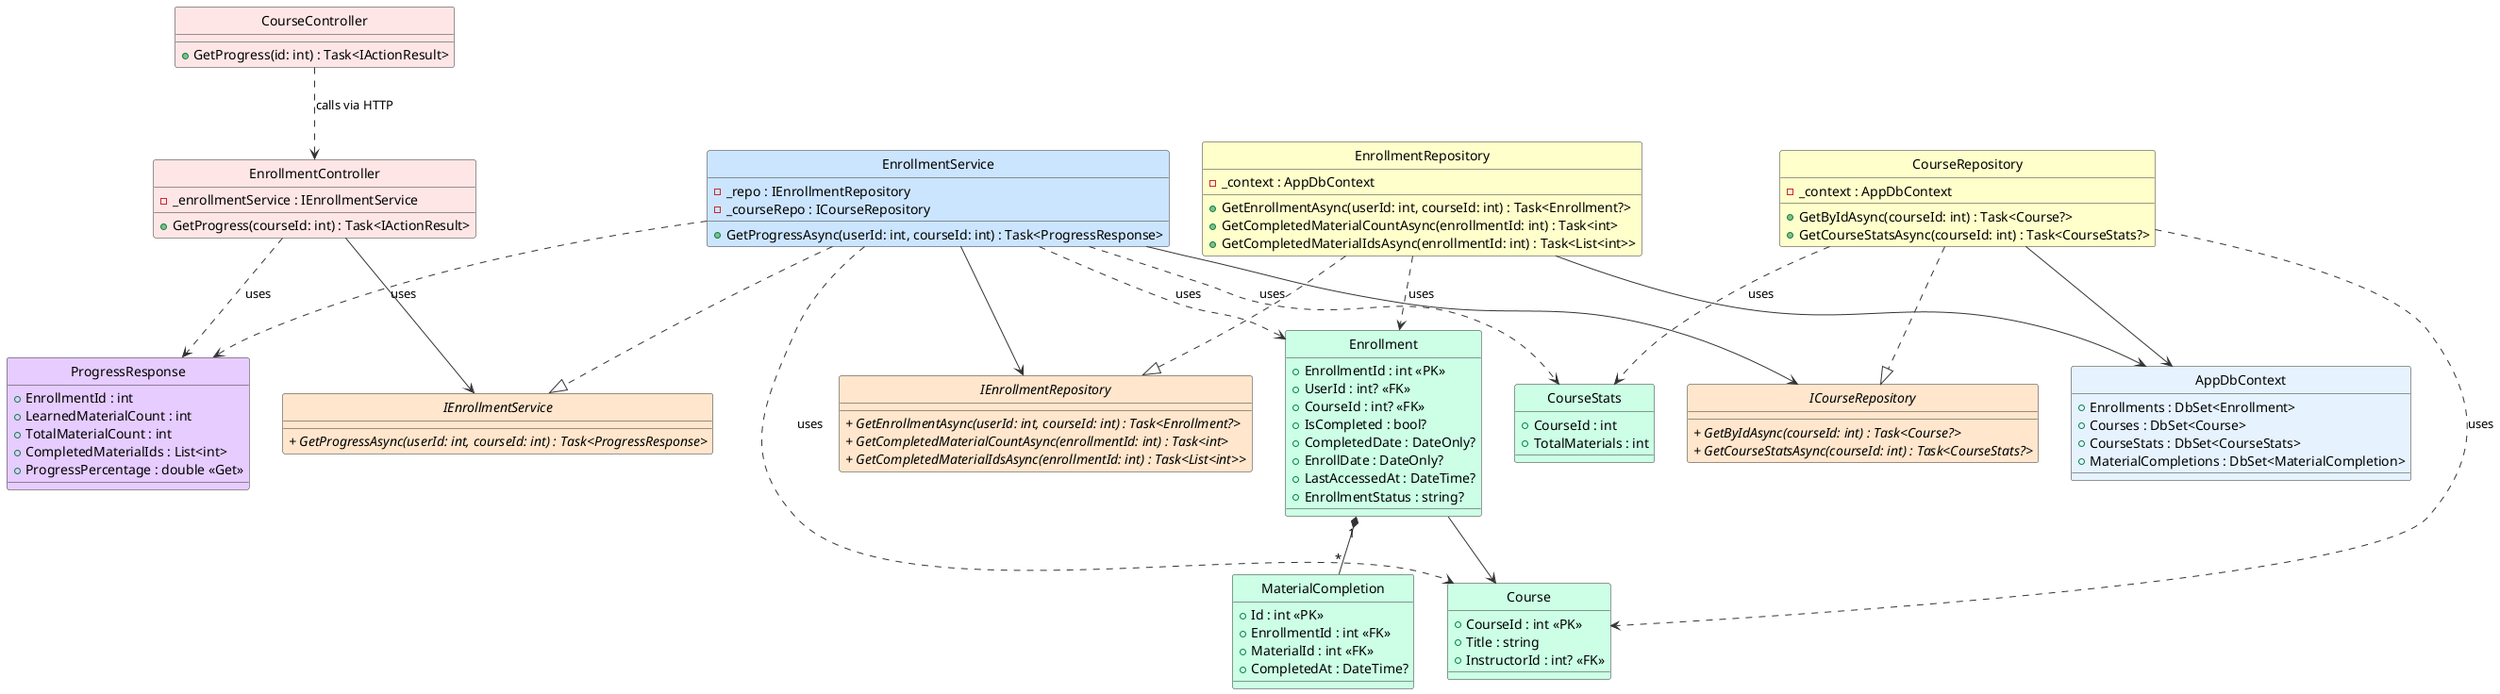
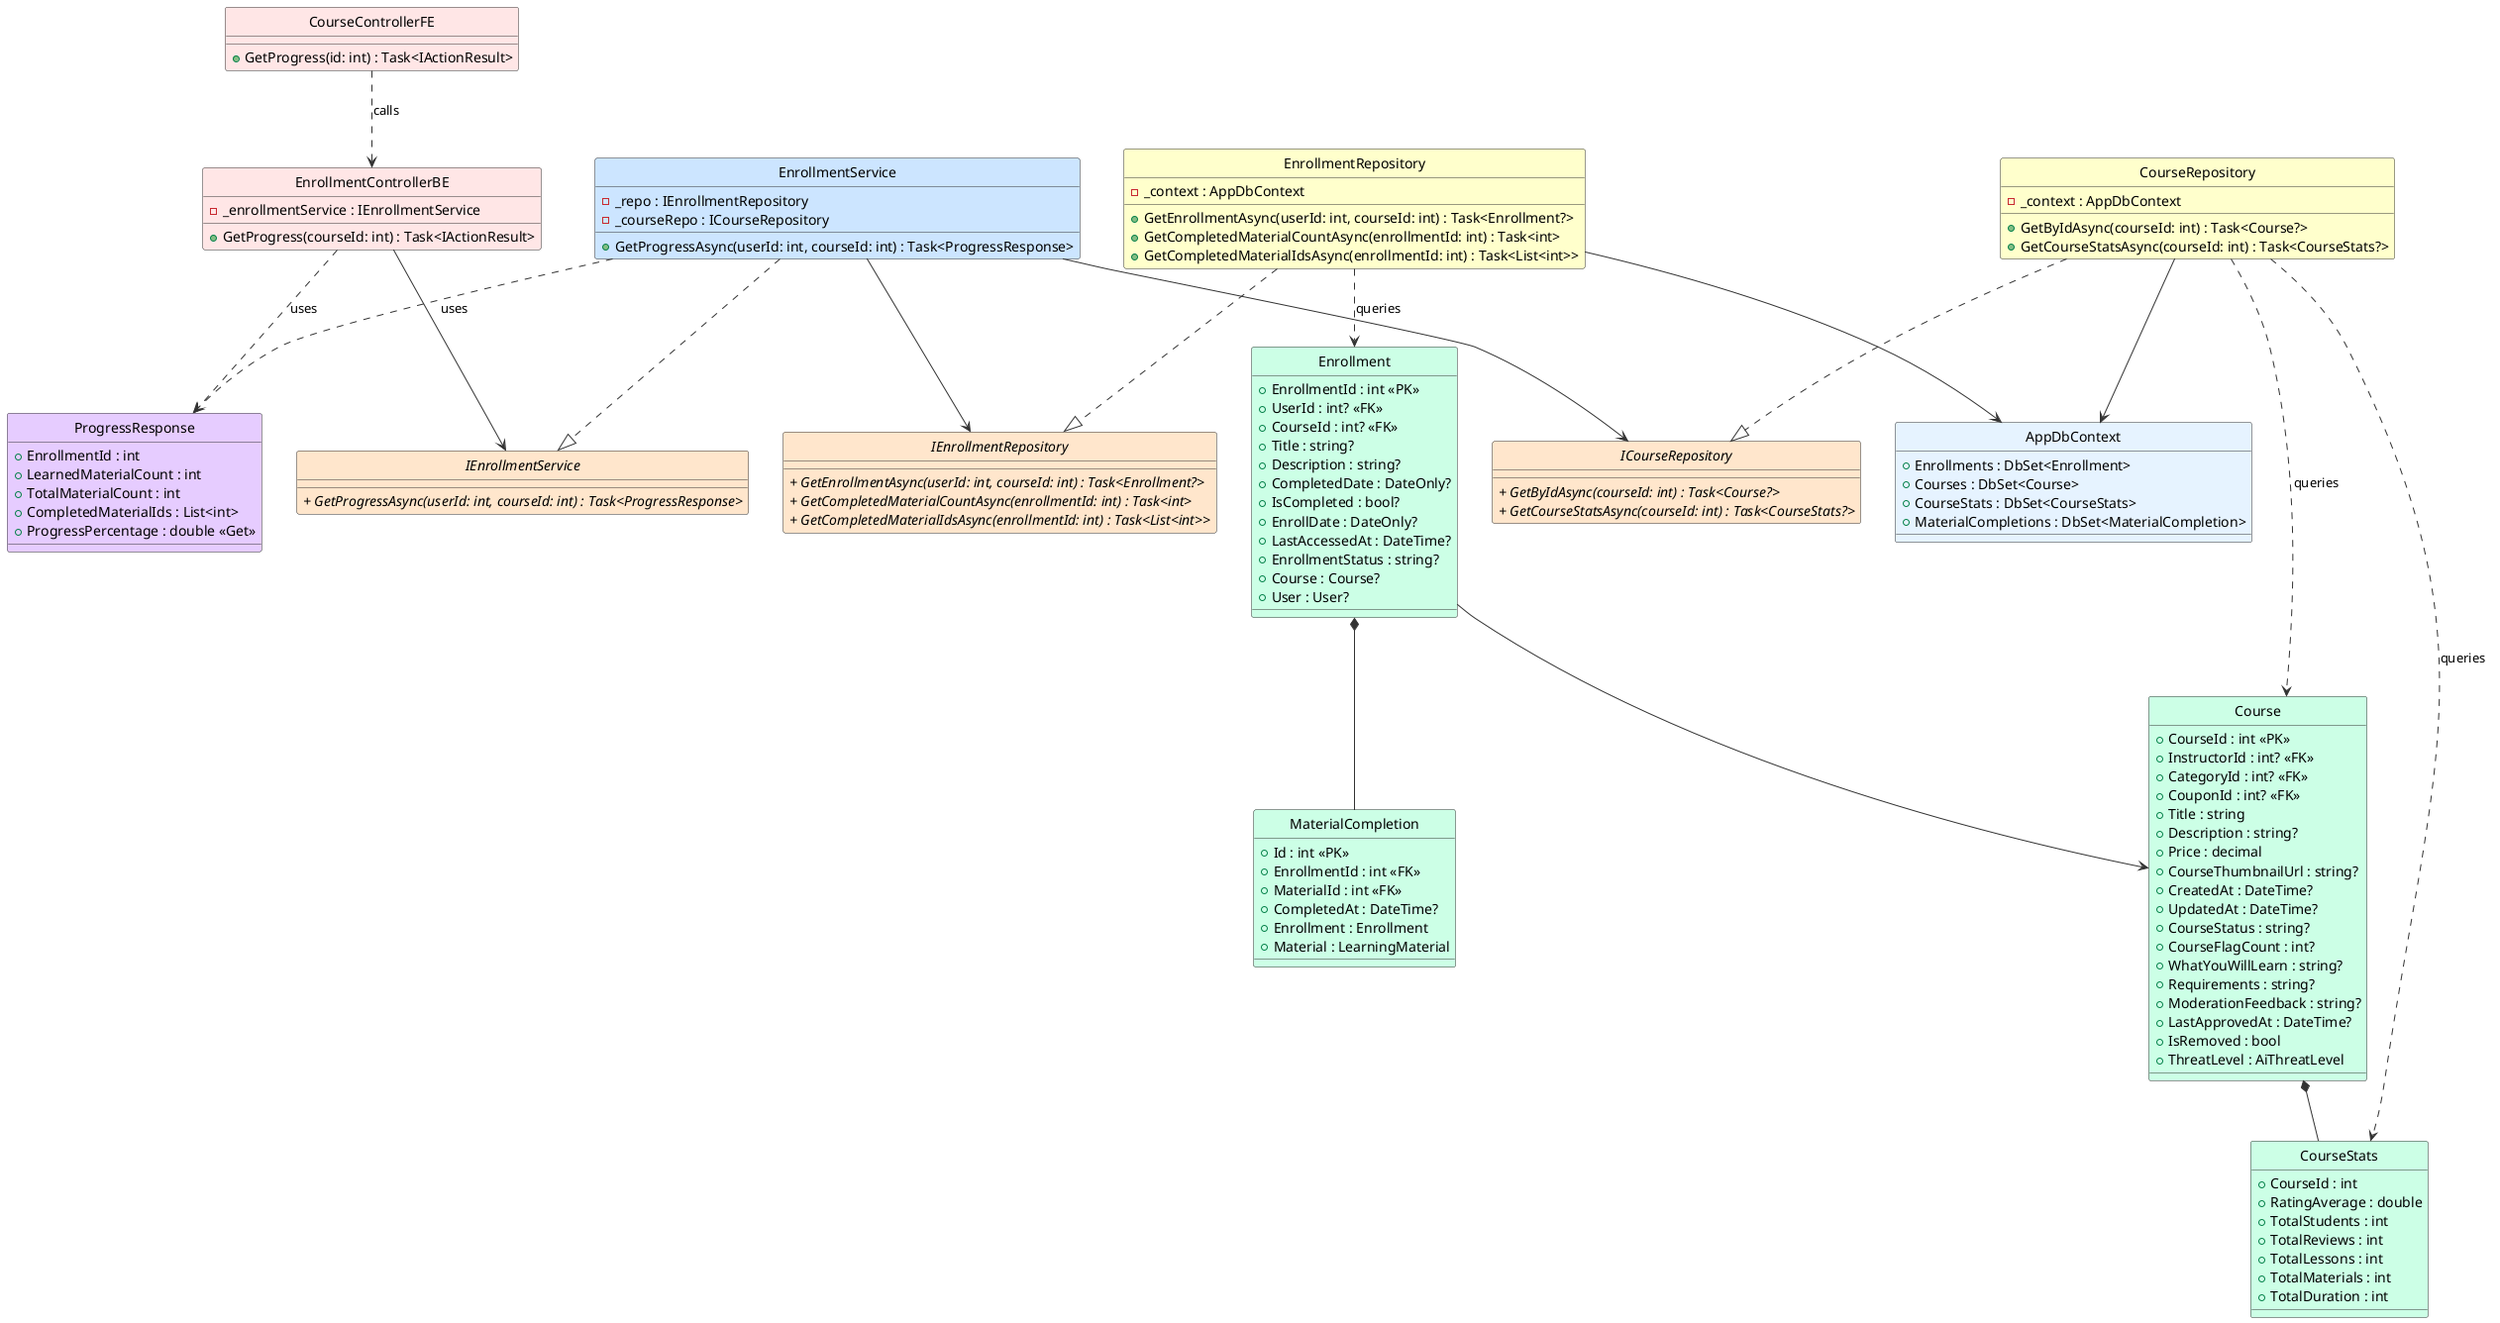
@startuml ViewLearningProgress_ClassDiagram

' Styling & Settings
skinparam style strictuml
skinparam shadowing false
skinparam class {
    BackgroundColor White
    BorderColor #1A73E8
    ArrowColor #5F6368
}

!define ABSTRACT_COLOR #FFE6CC
!define SERVICE_COLOR #CCE5FF
!define DTO_COLOR #E6CCFF
!define ENTITY_COLOR #CCFFE6
!define REPOSITORY_COLOR #FFFFCC
!define CONTROLLER_COLOR #FFE6E6
- !define DbContext #E6F3FF

skinparam backgroundColor #FFFFFF
skinparam classBackgroundColor #F9F9F9
skinparam classBorderColor #333333
skinparam arrowColor #333333

' ==================== FRONTEND ====================

- class "CourseController" as CourseControllerFE #FFE6E6 {
+ class CourseControllerFE #FFE6E6 {
    + GetProgress(id: int) : Task<IActionResult>
}

' ==================== BACKEND - CONTROLLER ====================

- class "EnrollmentController" as EnrollmentControllerBE #FFE6E6 {
+ class EnrollmentControllerBE #FFE6E6 {
    - _enrollmentService : IEnrollmentService
    + GetProgress(courseId: int) : Task<IActionResult>
}

' ==================== BACKEND - DTOs ====================

class ProgressResponse #E6CCFF {
    + EnrollmentId : int
    + LearnedMaterialCount : int
    + TotalMaterialCount : int
    + CompletedMaterialIds : List<int>
    + ProgressPercentage : double <<Get>>
}

' ==================== BACKEND - DOMAIN ENTITIES ====================

class Enrollment #CCFFE6 {
    + EnrollmentId : int <<PK>>
    + UserId : int? <<FK>>
    + CourseId : int? <<FK>>
+     + Title : string?
+     + Description : string?
+     + CompletedDate : DateOnly?
    + IsCompleted : bool?
-     + CompletedDate : DateOnly?
    + EnrollDate : DateOnly?
    + LastAccessedAt : DateTime?
    + EnrollmentStatus : string?
+     + Course : Course?
+     + User : User?
}

class Course #CCFFE6 {
    + CourseId : int <<PK>>
+     + InstructorId : int? <<FK>>
+     + CategoryId : int? <<FK>>
+     + CouponId : int? <<FK>>
    + Title : string
-     + InstructorId : int? <<FK>>
+     + Description : string?
+     + Price : decimal
+     + CourseThumbnailUrl : string?
+     + CreatedAt : DateTime?
+     + UpdatedAt : DateTime?
+     + CourseStatus : string?
+     + CourseFlagCount : int?
+     + WhatYouWillLearn : string?
+     + Requirements : string?
+     + ModerationFeedback : string?
+     + LastApprovedAt : DateTime?
+     + IsRemoved : bool
+     + ThreatLevel : AiThreatLevel
}

class CourseStats #CCFFE6 {
    + CourseId : int
+     + RatingAverage : double
+     + TotalStudents : int
+     + TotalReviews : int
+     + TotalLessons : int
    + TotalMaterials : int
+     + TotalDuration : int
}

class MaterialCompletion #CCFFE6 {
    + Id : int <<PK>>
    + EnrollmentId : int <<FK>>
    + MaterialId : int <<FK>>
    + CompletedAt : DateTime?
+     + Enrollment : Enrollment
+     + Material : LearningMaterial
}

' ==================== BACKEND - SERVICE INTERFACES ====================

interface IEnrollmentService #FFE6CC {
    //+ GetProgressAsync(userId: int, courseId: int) : Task<ProgressResponse>//
}

' ==================== BACKEND - REPOSITORY INTERFACES ====================

interface IEnrollmentRepository #FFE6CC {
    //+ GetEnrollmentAsync(userId: int, courseId: int) : Task<Enrollment?>//
    //+ GetCompletedMaterialCountAsync(enrollmentId: int) : Task<int>//
    //+ GetCompletedMaterialIdsAsync(enrollmentId: int) : Task<List<int>>//
}

interface ICourseRepository #FFE6CC {
    //+ GetByIdAsync(courseId: int) : Task<Course?>//
    //+ GetCourseStatsAsync(courseId: int) : Task<CourseStats?>//
}

' ==================== BACKEND - SERVICE IMPLEMENTATION ====================

class EnrollmentService #CCE5FF {
    - _repo : IEnrollmentRepository
    - _courseRepo : ICourseRepository
    + GetProgressAsync(userId: int, courseId: int) : Task<ProgressResponse>
}

' ==================== BACKEND - REPOSITORY IMPLEMENTATION ====================

class EnrollmentRepository #FFFFCC {
    - _context : AppDbContext
    + GetEnrollmentAsync(userId: int, courseId: int) : Task<Enrollment?>
    + GetCompletedMaterialCountAsync(enrollmentId: int) : Task<int>
    + GetCompletedMaterialIdsAsync(enrollmentId: int) : Task<List<int>>
}

class CourseRepository #FFFFCC {
    - _context : AppDbContext
    + GetByIdAsync(courseId: int) : Task<Course?>
    + GetCourseStatsAsync(courseId: int) : Task<CourseStats?>
}

' ==================== BACKEND - DbContext ====================

class AppDbContext #E6F3FF {
    + Enrollments : DbSet<Enrollment>
    + Courses : DbSet<Course>
    + CourseStats : DbSet<CourseStats>
    + MaterialCompletions : DbSet<MaterialCompletion>
}

' ==================== RELATIONSHIPS ====================

- ' === UNIDIRECTIONAL ASSOCIATION ===
+ ' === COMPOSITION (filled diamond) ===
+ Enrollment *-- MaterialCompletion
+ Course *-- CourseStats
+ 
+ ' === UNIDIRECTIONAL ASSOCIATION (solid arrow) ===
+ CourseControllerFE ..> EnrollmentControllerBE : calls
EnrollmentControllerBE --> IEnrollmentService
EnrollmentService --> IEnrollmentRepository
EnrollmentService --> ICourseRepository
EnrollmentRepository --> AppDbContext
CourseRepository --> AppDbContext
Enrollment --> Course
- Enrollment "1" *-- "*" MaterialCompletion

' === INTERFACE REALIZATION ===
EnrollmentService ..|> IEnrollmentService
EnrollmentRepository ..|> IEnrollmentRepository
CourseRepository ..|> ICourseRepository

- ' === DEPENDENCY ===
- CourseControllerFE ..> EnrollmentControllerBE : calls via HTTP
+ ' === DEPENDENCY (dashed arrows) ===
EnrollmentControllerBE ..> ProgressResponse : uses
EnrollmentService ..> ProgressResponse : uses
- EnrollmentService ..> Enrollment : uses
- EnrollmentService ..> Course : uses
- EnrollmentService ..> CourseStats : uses
- EnrollmentRepository ..> Enrollment : uses
- CourseRepository ..> Course : uses
- CourseRepository ..> CourseStats : uses
+ EnrollmentRepository ..> Enrollment : queries
+ CourseRepository ..> Course : queries
+ CourseRepository ..> CourseStats : queries

@enduml
